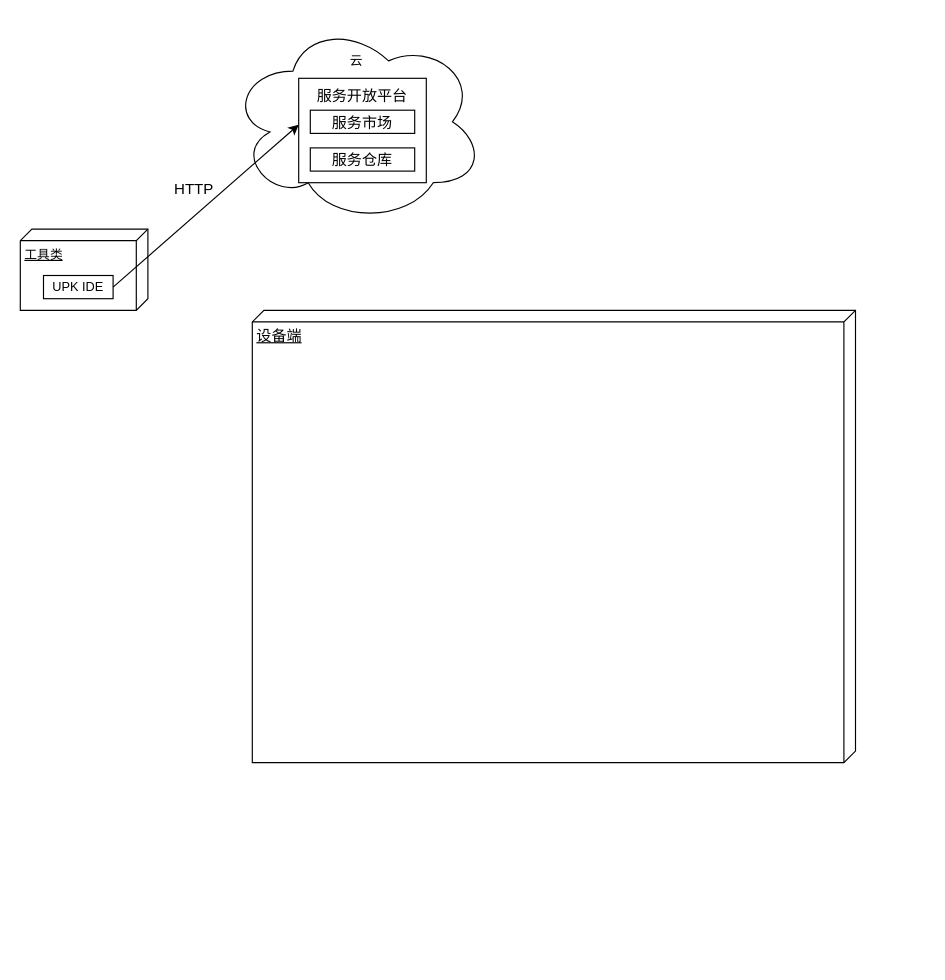
This is 未命名绘图.drawio from jcj123/-, a draw.io file, before an edit. Source tidied: cells renumbered, new cells numbered last; positions are measured from the earlier drawing's top-left corner, leaving out a move shared by most shapes. Both pictures are drawn from the tidied source at 116%, with x=0, y=0 at pixel (20, 20).
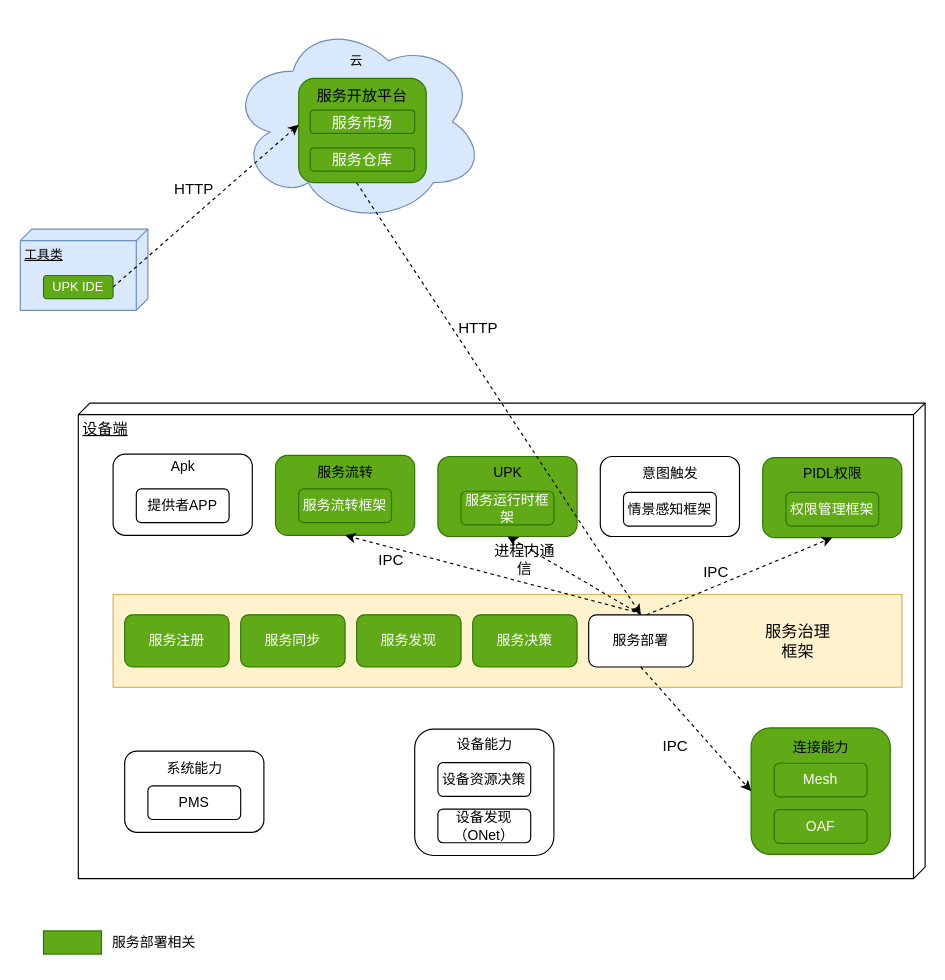
The same page after the edit.

The edit, as a diff of the source:
```diff
@@
-    <mxCell id="2" value="&lt;font style=&quot;font-size: 11px;&quot;&gt;工具类&lt;/font&gt;" style="verticalAlign=top;align=left;spacingTop=8;spacingLeft=2;spacingRight=12;shape=cube;size=10;direction=south;fontStyle=4;html=1;" parent="1" vertex="1">
+    <mxCell id="2" value="&lt;font style=&quot;font-size: 11px;&quot;&gt;工具类&lt;/font&gt;" style="verticalAlign=top;align=left;spacingTop=8;spacingLeft=2;spacingRight=12;shape=cube;size=10;direction=south;fontStyle=4;html=1;fillColor=#dae8fc;strokeColor=#6c8ebf;" parent="1" vertex="1">
       <mxGeometry y="180" width="110" height="70" as="geometry" />
     </mxCell>
-    <mxCell id="3" value="UPK IDE" style="rounded=0;whiteSpace=wrap;html=1;fontSize=11;" parent="1" vertex="1">
+    <mxCell id="3" value="UPK IDE" style="rounded=1;whiteSpace=wrap;html=1;fontSize=11;fillColor=#60a917;fontColor=#ffffff;strokeColor=#2D7600;" parent="1" vertex="1">
       <mxGeometry x="20" y="220" width="60" height="20" as="geometry" />
     </mxCell>
-    <mxCell id="4" style="ellipse;shape=cloud;whiteSpace=wrap;html=1;fontSize=11;" parent="1" vertex="1">
+    <mxCell id="4" style="ellipse;shape=cloud;whiteSpace=wrap;html=1;fontSize=11;fillColor=#dae8fc;strokeColor=#6c8ebf;" parent="1" vertex="1">
       <mxGeometry x="180" width="220" height="175" as="geometry" />
     </mxCell>
@@
-    <mxCell id="6" style="rounded=0;whiteSpace=wrap;html=1;fontSize=13;" parent="1" vertex="1">
+    <mxCell id="6" style="rounded=1;whiteSpace=wrap;html=1;fontSize=13;fillColor=#60a917;fontColor=#ffffff;strokeColor=#2D7600;" parent="1" vertex="1">
       <mxGeometry x="240" y="50" width="110" height="90" as="geometry" />
     </mxCell>
@@
-    <mxCell id="8" value="服务市场" style="rounded=0;whiteSpace=wrap;html=1;fontSize=13;" parent="1" vertex="1">
+    <mxCell id="8" value="服务市场" style="rounded=1;whiteSpace=wrap;html=1;fontSize=13;fillColor=#60a917;fontColor=#ffffff;strokeColor=#2D7600;" parent="1" vertex="1">
       <mxGeometry x="250" y="77.5" width="90" height="20" as="geometry" />
     </mxCell>
-    <mxCell id="9" value="服务仓库" style="rounded=0;whiteSpace=wrap;html=1;fontSize=13;" parent="1" vertex="1">
+    <mxCell id="9" value="服务仓库" style="rounded=1;whiteSpace=wrap;html=1;fontSize=13;fillColor=#60a917;fontColor=#ffffff;strokeColor=#2D7600;" parent="1" vertex="1">
       <mxGeometry x="250" y="110" width="90" height="20" as="geometry" />
     </mxCell>
-    <mxCell id="10" style="endArrow=classic;html=1;rounded=0;fontSize=13;exitX=1;exitY=0.5;exitDx=0;exitDy=0;entryX=0.273;entryY=0.514;entryDx=0;entryDy=0;entryPerimeter=0;" parent="1" edge="1" source="3" target="4">
+    <mxCell id="10" style="endArrow=classic;dashed=1;html=1;rounded=0;fontSize=13;exitX=1;exitY=0.5;exitDx=0;exitDy=0;entryX=0.273;entryY=0.514;entryDx=0;entryDy=0;entryPerimeter=0;" parent="1" edge="1" source="3" target="4">
       <mxGeometry relative="1" as="geometry" />
     </mxCell>
@@
     <mxCell id="12" value="设备端" style="verticalAlign=top;align=left;spacingTop=8;spacingLeft=2;spacingRight=12;shape=cube;size=10;direction=south;fontStyle=4;html=1;fontSize=13;" parent="1" vertex="1">
-      <mxGeometry x="200" y="250" width="520" height="390" as="geometry" />
+      <mxGeometry x="50" y="330" width="730" height="410" as="geometry" />
     </mxCell>
+    <mxCell id="13" style="rounded=0;whiteSpace=wrap;html=1;fillColor=#fff2cc;strokeColor=#d6b656;" parent="1" vertex="1">
+      <mxGeometry x="80" y="495" width="680" height="80" as="geometry" />
+    </mxCell>
+    <mxCell id="14" value="&lt;font style=&quot;font-size: 14px;&quot;&gt;服务治理&lt;br&gt;框架&lt;/font&gt;" style="text;html=1;align=center;verticalAlign=middle;strokeColor=none;fillColor=none;" parent="1" vertex="1">
+      <mxGeometry x="630" y="510" width="80" height="50" as="geometry" />
+    </mxCell>
+    <mxCell id="15" value="服务注册" style="rounded=1;whiteSpace=wrap;html=1;fillColor=#60a917;fontColor=#ffffff;strokeColor=#2D7600;" parent="1" vertex="1">
+      <mxGeometry x="90" y="512.5" width="90" height="45" as="geometry" />
+    </mxCell>
+    <mxCell id="16" value="服务同步" style="rounded=1;whiteSpace=wrap;html=1;fillColor=#60a917;fontColor=#ffffff;strokeColor=#2D7600;" parent="1" vertex="1">
+      <mxGeometry x="190" y="512.5" width="90" height="45" as="geometry" />
+    </mxCell>
+    <mxCell id="17" value="服务发现" style="rounded=1;whiteSpace=wrap;html=1;fillColor=#60a917;fontColor=#ffffff;strokeColor=#2D7600;" parent="1" vertex="1">
+      <mxGeometry x="290" y="512.5" width="90" height="45" as="geometry" />
+    </mxCell>
+    <mxCell id="18" value="服务决策" style="rounded=1;whiteSpace=wrap;html=1;fillColor=#60a917;fontColor=#ffffff;strokeColor=#2D7600;" parent="1" vertex="1">
+      <mxGeometry x="390" y="512.5" width="90" height="45" as="geometry" />
+    </mxCell>
+    <mxCell id="19" value="服务部署" style="rounded=1;whiteSpace=wrap;html=1;" parent="1" vertex="1">
+      <mxGeometry x="490" y="512.5" width="90" height="45" as="geometry" />
+    </mxCell>
+    <mxCell id="20" style="rounded=1;whiteSpace=wrap;html=1;" parent="1" vertex="1">
+      <mxGeometry x="80" y="374" width="120" height="70" as="geometry" />
+    </mxCell>
+    <mxCell id="21" value="Apk" style="text;html=1;align=center;verticalAlign=middle;strokeColor=none;fillColor=none;" parent="1" vertex="1">
+      <mxGeometry x="120" y="370" width="40" height="30" as="geometry" />
+    </mxCell>
+    <mxCell id="22" value="提供者APP" style="rounded=1;whiteSpace=wrap;html=1;" parent="1" vertex="1">
+      <mxGeometry x="100" y="404" width="80" height="29" as="geometry" />
+    </mxCell>
+    <mxCell id="23" style="rounded=1;whiteSpace=wrap;html=1;fillColor=#60a917;strokeColor=#2D7600;fontColor=#ffffff;" parent="1" vertex="1">
+      <mxGeometry x="220" y="375" width="120" height="69" as="geometry" />
+    </mxCell>
+    <mxCell id="24" value="服务流转" style="text;html=1;align=center;verticalAlign=middle;strokeColor=none;fillColor=none;" parent="1" vertex="1">
+      <mxGeometry x="245" y="375" width="70" height="30" as="geometry" />
+    </mxCell>
+    <mxCell id="25" value="服务流转框架" style="rounded=1;whiteSpace=wrap;html=1;fillColor=#60a917;fontColor=#ffffff;strokeColor=#2D7600;" parent="1" vertex="1">
+      <mxGeometry x="240" y="404" width="80" height="29" as="geometry" />
+    </mxCell>
+    <mxCell id="26" style="rounded=1;whiteSpace=wrap;html=1;fillColor=#60a917;fontColor=#ffffff;strokeColor=#2D7600;" parent="1" vertex="1">
+      <mxGeometry x="360" y="376" width="120" height="69" as="geometry" />
+    </mxCell>
+    <mxCell id="27" value="UPK" style="text;html=1;align=center;verticalAlign=middle;strokeColor=none;fillColor=none;" parent="1" vertex="1">
+      <mxGeometry x="395" y="375" width="50" height="30" as="geometry" />
+    </mxCell>
+    <mxCell id="28" value="服务运行时框架" style="rounded=1;whiteSpace=wrap;html=1;fillColor=#60a917;fontColor=#ffffff;strokeColor=#2D7600;" parent="1" vertex="1">
+      <mxGeometry x="380" y="406" width="80" height="29" as="geometry" />
+    </mxCell>
+    <mxCell id="29" style="rounded=1;whiteSpace=wrap;html=1;" parent="1" vertex="1">
+      <mxGeometry x="500" y="376" width="120" height="69" as="geometry" />
+    </mxCell>
+    <mxCell id="30" value="意图触发" style="text;html=1;align=center;verticalAlign=middle;strokeColor=none;fillColor=none;" parent="1" vertex="1">
+      <mxGeometry x="525" y="376" width="70" height="30" as="geometry" />
+    </mxCell>
+    <mxCell id="31" value="情景感知框架" style="rounded=1;whiteSpace=wrap;html=1;" parent="1" vertex="1">
+      <mxGeometry x="520" y="407" width="80" height="29" as="geometry" />
+    </mxCell>
+    <mxCell id="32" style="rounded=1;whiteSpace=wrap;html=1;fillColor=#60a917;fontColor=#ffffff;strokeColor=#2D7600;" parent="1" vertex="1">
+      <mxGeometry x="640" y="377" width="120" height="69" as="geometry" />
+    </mxCell>
+    <mxCell id="33" value="PIDL权限" style="text;html=1;align=center;verticalAlign=middle;strokeColor=none;fillColor=none;" parent="1" vertex="1">
+      <mxGeometry x="665" y="376" width="70" height="30" as="geometry" />
+    </mxCell>
+    <mxCell id="34" value="权限管理框架" style="rounded=1;whiteSpace=wrap;html=1;fillColor=#60a917;fontColor=#ffffff;strokeColor=#2D7600;" parent="1" vertex="1">
+      <mxGeometry x="660" y="407" width="80" height="29" as="geometry" />
+    </mxCell>
+    <mxCell id="35" style="endArrow=classic;dashed=1;html=1;rounded=0;fontSize=13;exitX=1;exitY=0.5;exitDx=0;exitDy=0;entryX=0.5;entryY=0;entryDx=0;entryDy=0;" parent="1" edge="1" target="19">
+      <mxGeometry relative="1" as="geometry">
+        <mxPoint x="290" y="140.1" as="sourcePoint" />
+      </mxGeometry>
+    </mxCell>
+    <mxCell id="36" value="HTTP" style="text;html=1;strokeColor=none;fillColor=none;align=center;verticalAlign=middle;whiteSpace=wrap;rounded=0;fontSize=13;" parent="1" vertex="1">
+      <mxGeometry x="365" y="250" width="60" height="30" as="geometry" />
+    </mxCell>
+    <mxCell id="37" style="group;" parent="1" vertex="1">
+      <mxGeometry x="630" y="610" width="120" height="109" as="geometry" />
+    </mxCell>
+    <mxCell id="38" style="rounded=1;whiteSpace=wrap;html=1;fillColor=#60a917;fontColor=#ffffff;strokeColor=#2D7600;" parent="37" vertex="1">
+      <mxGeometry width="120" height="109" as="geometry" />
+    </mxCell>
+    <mxCell id="39" value="连接能力" style="text;html=1;align=center;verticalAlign=middle;strokeColor=none;fillColor=none;" parent="37" vertex="1">
+      <mxGeometry x="25" y="1.5" width="70" height="30" as="geometry" />
+    </mxCell>
+    <mxCell id="40" value="Mesh" style="rounded=1;whiteSpace=wrap;html=1;fillColor=#60a917;fontColor=#ffffff;strokeColor=#2D7600;" parent="37" vertex="1">
+      <mxGeometry x="20" y="30.5" width="80" height="29" as="geometry" />
+    </mxCell>
+    <mxCell id="41" value="OAF" style="rounded=1;whiteSpace=wrap;html=1;fillColor=#60a917;fontColor=#ffffff;strokeColor=#2D7600;" parent="37" vertex="1">
+      <mxGeometry x="20" y="70.5" width="80" height="29" as="geometry" />
+    </mxCell>
+    <mxCell id="42" style="group;" parent="1" vertex="1">
+      <mxGeometry x="340" y="610" width="120" height="110" as="geometry" />
+    </mxCell>
+    <mxCell id="43" style="rounded=1;whiteSpace=wrap;html=1;" parent="42" vertex="1">
+      <mxGeometry y="1" width="120" height="109" as="geometry" />
+    </mxCell>
+    <mxCell id="44" value="设备能力" style="text;html=1;align=center;verticalAlign=middle;strokeColor=none;fillColor=none;" parent="42" vertex="1">
+      <mxGeometry x="25" width="70" height="30" as="geometry" />
+    </mxCell>
+    <mxCell id="45" value="设备资源决策" style="rounded=1;whiteSpace=wrap;html=1;" parent="42" vertex="1">
+      <mxGeometry x="20" y="30" width="80" height="29" as="geometry" />
+    </mxCell>
+    <mxCell id="46" value="设备发现（ONet）" style="rounded=1;whiteSpace=wrap;html=1;" parent="42" vertex="1">
+      <mxGeometry x="20" y="70" width="80" height="29" as="geometry" />
+    </mxCell>
+    <mxCell id="47" style="group;" parent="1" vertex="1">
+      <mxGeometry x="90" y="630" width="120" height="70" as="geometry" />
+    </mxCell>
+    <mxCell id="48" style="rounded=1;whiteSpace=wrap;html=1;" parent="47" vertex="1">
+      <mxGeometry width="120" height="70" as="geometry" />
+    </mxCell>
+    <mxCell id="49" value="系统能力" style="text;html=1;align=center;verticalAlign=middle;strokeColor=none;fillColor=none;" parent="47" vertex="1">
+      <mxGeometry x="25" width="70" height="30" as="geometry" />
+    </mxCell>
+    <mxCell id="50" value="PMS" style="rounded=1;whiteSpace=wrap;html=1;" parent="47" vertex="1">
+      <mxGeometry x="20" y="30" width="80" height="29" as="geometry" />
+    </mxCell>
+    <mxCell id="51" style="endArrow=classic;dashed=1;html=1;rounded=0;exitX=0.5;exitY=1;exitDx=0;exitDy=0;entryX=0;entryY=0.5;entryDx=0;entryDy=0;" parent="1" edge="1" source="19" target="38">
+      <mxGeometry relative="1" as="geometry" />
+    </mxCell>
+    <mxCell id="52" style="endArrow=classic;dashed=1;html=1;rounded=0;fontSize=13;exitX=1;exitY=0.5;exitDx=0;exitDy=0;entryX=0.5;entryY=1;entryDx=0;entryDy=0;" parent="1" edge="1" target="32">
+      <mxGeometry relative="1" as="geometry">
+        <mxPoint x="540" y="512.5" as="sourcePoint" />
+      </mxGeometry>
+    </mxCell>
+    <mxCell id="53" style="endArrow=classic;dashed=1;html=1;rounded=0;fontSize=13;exitX=0.5;exitY=0;exitDx=0;exitDy=0;entryX=0.5;entryY=1;entryDx=0;entryDy=0;" parent="1" edge="1" source="19" target="26">
+      <mxGeometry relative="1" as="geometry" />
+    </mxCell>
+    <mxCell id="54" style="endArrow=classic;dashed=1;html=1;rounded=0;fontSize=13;entryX=0.5;entryY=1;entryDx=0;entryDy=0;" parent="1" edge="1" target="23">
+      <mxGeometry relative="1" as="geometry">
+        <mxPoint x="530" y="510" as="sourcePoint" />
+      </mxGeometry>
+    </mxCell>
+    <mxCell id="55" value="IPC" style="text;html=1;strokeColor=none;fillColor=none;align=center;verticalAlign=middle;whiteSpace=wrap;rounded=0;fontSize=13;" parent="1" vertex="1">
+      <mxGeometry x="290" y="450" width="60" height="30" as="geometry" />
+    </mxCell>
+    <mxCell id="56" value="进程内通信" style="text;html=1;strokeColor=none;fillColor=none;align=center;verticalAlign=middle;whiteSpace=wrap;rounded=0;fontSize=13;" parent="1" vertex="1">
+      <mxGeometry x="405" y="450" width="60" height="30" as="geometry" />
+    </mxCell>
+    <mxCell id="57" value="IPC" style="text;html=1;strokeColor=none;fillColor=none;align=center;verticalAlign=middle;whiteSpace=wrap;rounded=0;fontSize=13;" parent="1" vertex="1">
+      <mxGeometry x="570" y="460" width="60" height="30" as="geometry" />
+    </mxCell>
+    <mxCell id="58" value="IPC" style="text;html=1;strokeColor=none;fillColor=none;align=center;verticalAlign=middle;whiteSpace=wrap;rounded=0;fontSize=13;" parent="1" vertex="1">
+      <mxGeometry x="535" y="610" width="60" height="30" as="geometry" />
+    </mxCell>
+    <mxCell id="59" style="rounded=0;whiteSpace=wrap;html=1;fillColor=#60a917;fontColor=#ffffff;strokeColor=#2D7600;" parent="1" vertex="1">
+      <mxGeometry x="20" y="785" width="50" height="20" as="geometry" />
+    </mxCell>
+    <mxCell id="60" value="服务部署相关" style="text;html=1;align=center;verticalAlign=middle;strokeColor=none;fillColor=none;" parent="1" vertex="1">
+      <mxGeometry x="65" y="780" width="100" height="30" as="geometry" />
+    </mxCell>
```
